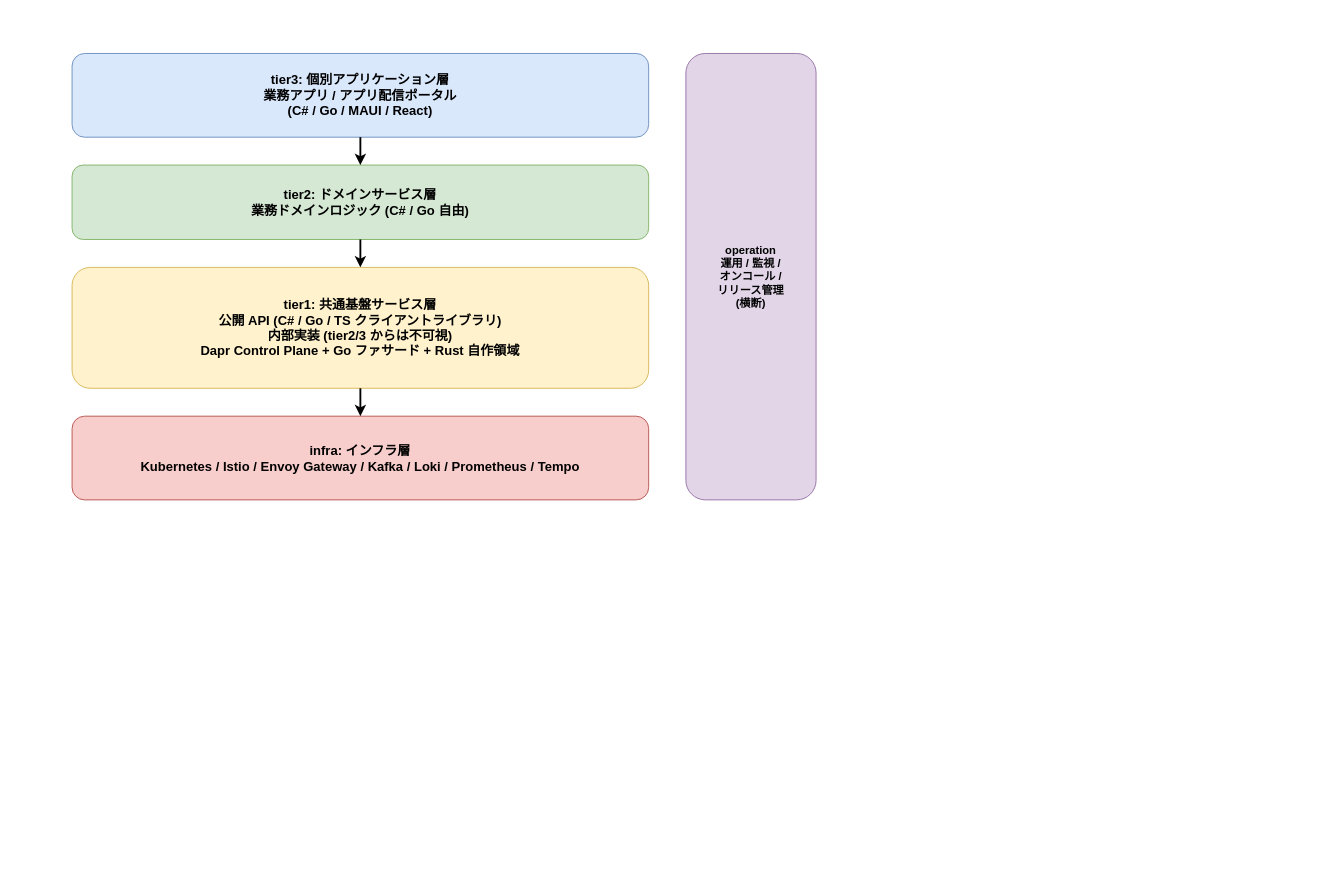
Earlier version of the draw.io diagram docs/02_構想設計/01_アーキテクチャ/img/レイヤ構成.drawio (RyuheiKiso/k1s0). Source tidied: cells renumbered, new cells numbered last; positions are measured from the earlier drawing's top-left corner, leaving out a move shared by most shapes. Both pictures are drawn from the tidied source at 93%, with x=0, y=0 at pixel (72, 53).
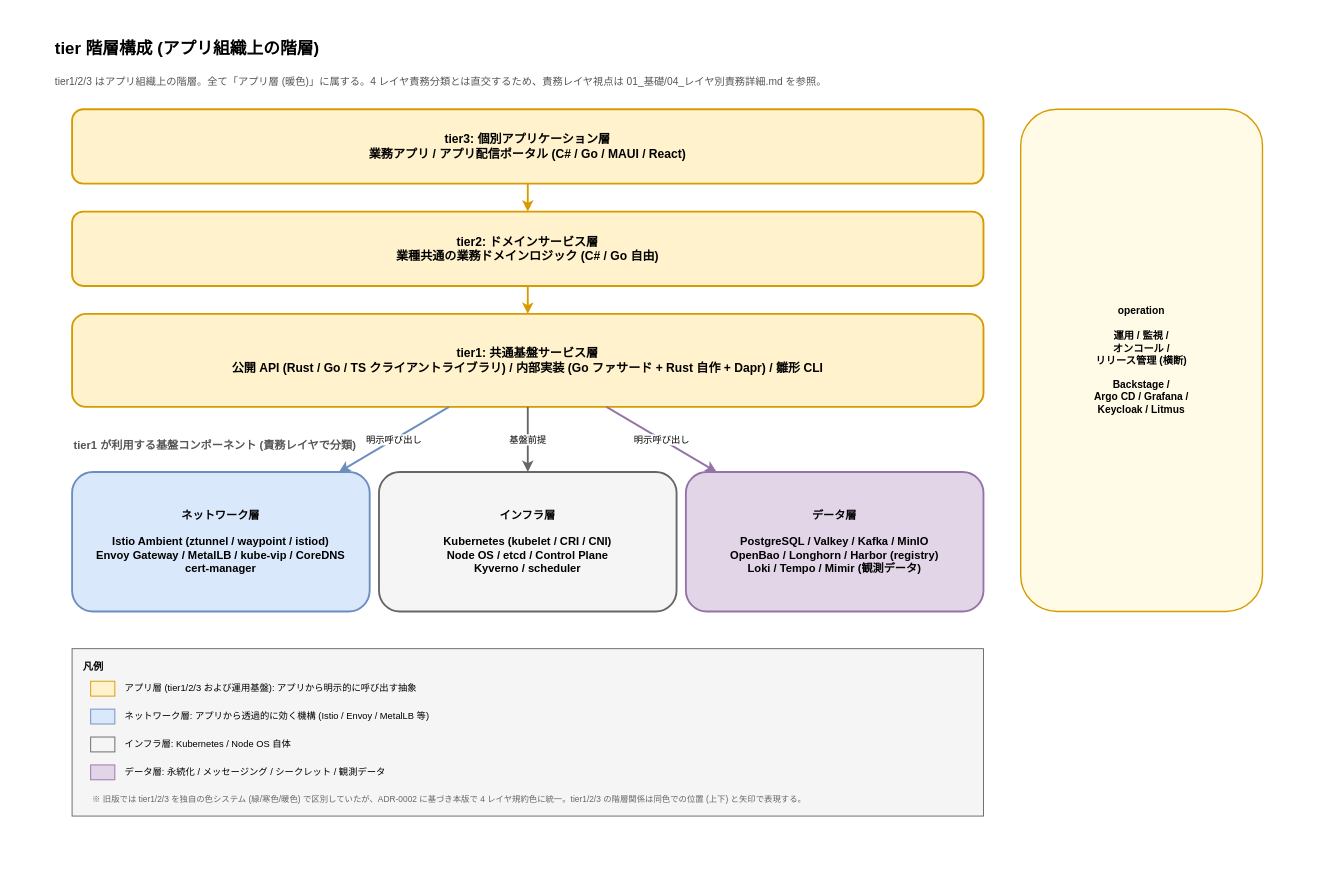
The same diagram, later.

The edit, as a diff of the source:
```diff
@@
+    <mxCell id="10" style="rounded=0;whiteSpace=wrap;html=1;fillColor=#FFFFFF;strokeColor=none;" parent="1" vertex="1">
+      <mxGeometry x="-60" y="-40" width="1400" height="900" as="geometry" />
+    </mxCell>
+    <mxCell id="11" value="tier 階層構成 (アプリ組織上の階層)" style="text;html=1;strokeColor=none;fillColor=none;align=left;verticalAlign=middle;whiteSpace=wrap;rounded=0;fontSize=18;fontStyle=1;" parent="1" vertex="1">
+      <mxGeometry x="-20" y="-20" width="900" height="30" as="geometry" />
+    </mxCell>
+    <mxCell id="12" value="tier1/2/3 はアプリ組織上の階層。全て「アプリ層 (暖色)」に属する。4 レイヤ責務分類とは直交するため、責務レイヤ視点は 01_基礎/04_レイヤ別責務詳細.md を参照。" style="text;html=1;strokeColor=none;fillColor=none;align=left;verticalAlign=middle;whiteSpace=wrap;rounded=0;fontSize=11;fontColor=#555555;" parent="1" vertex="1">
+      <mxGeometry x="-20" y="15" width="1200" height="30" as="geometry" />
+    </mxCell>
-    <mxCell id="2" value="tier3: 個別アプリケーション層&#10;業務アプリ / アプリ配信ポータル&#10;(C# / Go / MAUI / React)" style="rounded=1;whiteSpace=wrap;html=1;fillColor=#dae8fc;strokeColor=#6c8ebf;fontSize=14;fontStyle=1;" parent="1" vertex="1">
-      <mxGeometry width="620" height="90" as="geometry" />
+    <mxCell id="2" value="tier3: 個別アプリケーション層&#10;業務アプリ / アプリ配信ポータル (C# / Go / MAUI / React)" style="rounded=1;whiteSpace=wrap;html=1;fillColor=#fff2cc;strokeColor=#d79b00;strokeWidth=2;fontSize=13;fontStyle=1;verticalAlign=middle;align=center;" parent="1" vertex="1">
+      <mxGeometry y="60" width="980" height="80" as="geometry" />
     </mxCell>
-    <mxCell id="3" value="tier2: ドメインサービス層&#10;業務ドメインロジック (C# / Go 自由)" style="rounded=1;whiteSpace=wrap;html=1;fillColor=#d5e8d4;strokeColor=#82b366;fontSize=14;fontStyle=1;" parent="1" vertex="1">
-      <mxGeometry y="120" width="620" height="80" as="geometry" />
+    <mxCell id="3" value="tier2: ドメインサービス層&#10;業種共通の業務ドメインロジック (C# / Go 自由)" style="rounded=1;whiteSpace=wrap;html=1;fillColor=#fff2cc;strokeColor=#d79b00;strokeWidth=2;fontSize=13;fontStyle=1;verticalAlign=middle;align=center;" parent="1" vertex="1">
+      <mxGeometry y="170" width="980" height="80" as="geometry" />
     </mxCell>
-    <mxCell id="4" value="tier1: 共通基盤サービス層&#10;公開 API (C# / Go / TS クライアントライブラリ)&#10;内部実装 (tier2/3 からは不可視)&#10;Dapr Control Plane + Go ファサード + Rust 自作領域" style="rounded=1;whiteSpace=wrap;html=1;fillColor=#fff2cc;strokeColor=#d6b656;fontSize=14;fontStyle=1;" parent="1" vertex="1">
-      <mxGeometry y="230" width="620" height="130" as="geometry" />
+    <mxCell id="4" value="tier1: 共通基盤サービス層&#10;公開 API (Rust / Go / TS クライアントライブラリ) / 内部実装 (Go ファサード + Rust 自作 + Dapr) / 雛形 CLI" style="rounded=1;whiteSpace=wrap;html=1;fillColor=#fff2cc;strokeColor=#d79b00;strokeWidth=2;fontSize=13;fontStyle=1;verticalAlign=middle;align=center;" parent="1" vertex="1">
+      <mxGeometry y="280" width="980" height="100" as="geometry" />
     </mxCell>
+    <mxCell id="13" value="tier1 が利用する基盤コンポーネント (責務レイヤで分類)" style="text;html=1;strokeColor=none;fillColor=none;align=left;verticalAlign=middle;whiteSpace=wrap;rounded=0;fontSize=12;fontStyle=1;fontColor=#555555;" parent="1" vertex="1">
+      <mxGeometry y="410" width="700" height="24" as="geometry" />
+    </mxCell>
+    <mxCell id="14" value="ネットワーク層&#10;&#10;Istio Ambient (ztunnel / waypoint / istiod)&#10;Envoy Gateway / MetalLB / kube-vip / CoreDNS&#10;cert-manager" style="rounded=1;whiteSpace=wrap;html=1;fillColor=#dae8fc;strokeColor=#6c8ebf;strokeWidth=2;fontSize=12;fontStyle=1;verticalAlign=middle;align=center;" parent="1" vertex="1">
+      <mxGeometry y="450" width="320" height="150" as="geometry" />
+    </mxCell>
-    <mxCell id="5" value="infra: インフラ層&#10;Kubernetes / Istio / Envoy Gateway / Kafka / Loki / Prometheus / Tempo" style="rounded=1;whiteSpace=wrap;html=1;fillColor=#f8cecc;strokeColor=#b85450;fontSize=14;fontStyle=1;" parent="1" vertex="1">
-      <mxGeometry y="390" width="620" height="90" as="geometry" />
+    <mxCell id="5" value="インフラ層&#10;&#10;Kubernetes (kubelet / CRI / CNI)&#10;Node OS / etcd / Control Plane&#10;Kyverno / scheduler" style="rounded=1;whiteSpace=wrap;html=1;fillColor=#f5f5f5;strokeColor=#666666;strokeWidth=2;fontSize=12;fontStyle=1;verticalAlign=middle;align=center;" parent="1" vertex="1">
+      <mxGeometry x="330" y="450" width="320" height="150" as="geometry" />
     </mxCell>
+    <mxCell id="15" value="データ層&#10;&#10;PostgreSQL / Valkey / Kafka / MinIO&#10;OpenBao / Longhorn / Harbor (registry)&#10;Loki / Tempo / Mimir (観測データ)" style="rounded=1;whiteSpace=wrap;html=1;fillColor=#e1d5e7;strokeColor=#9673a6;strokeWidth=2;fontSize=12;fontStyle=1;verticalAlign=middle;align=center;" parent="1" vertex="1">
+      <mxGeometry x="660" y="450" width="320" height="150" as="geometry" />
+    </mxCell>
-    <mxCell id="6" value="operation&#10;運用 / 監視 /&#10;オンコール /&#10;リリース管理&#10;(横断)" style="rounded=1;whiteSpace=wrap;html=1;fillColor=#e1d5e7;strokeColor=#9673a6;fontSize=12;fontStyle=1;" parent="1" vertex="1">
-      <mxGeometry x="660" width="140" height="480" as="geometry" />
+    <mxCell id="6" value="operation&#10;&#10;運用 / 監視 /&#10;オンコール /&#10;リリース管理 (横断)&#10;&#10;Backstage /&#10;Argo CD / Grafana /&#10;Keycloak / Litmus" style="rounded=1;whiteSpace=wrap;html=1;fillColor=#fffbe6;strokeColor=#d79b00;strokeWidth=1.5;fontSize=11;fontStyle=1;verticalAlign=middle;align=center;" parent="1" vertex="1">
+      <mxGeometry x="1020" y="60" width="260" height="540" as="geometry" />
     </mxCell>
-    <mxCell id="7" style="endArrow=classic;html=1;strokeWidth=2;" parent="1" edge="1" source="2" target="3">
+    <mxCell id="7" style="endArrow=classic;html=1;strokeWidth=2;strokeColor=#d79b00;" parent="1" edge="1" source="2" target="3">
       <mxGeometry relative="1" as="geometry" />
     </mxCell>
-    <mxCell id="8" style="endArrow=classic;html=1;strokeWidth=2;" parent="1" edge="1" source="3" target="4">
+    <mxCell id="8" style="endArrow=classic;html=1;strokeWidth=2;strokeColor=#d79b00;" parent="1" edge="1" source="3" target="4">
       <mxGeometry relative="1" as="geometry" />
     </mxCell>
+    <mxCell id="16" value="明示呼び出し" style="endArrow=classic;html=1;strokeWidth=2;strokeColor=#6c8ebf;fontSize=10;labelBackgroundColor=#ffffff;" parent="1" edge="1" source="4" target="14">
+      <mxGeometry relative="1" as="geometry" />
+    </mxCell>
-    <mxCell id="9" style="endArrow=classic;html=1;strokeWidth=2;" parent="1" edge="1" source="4" target="5">
+    <mxCell id="9" value="基盤前提" style="endArrow=classic;html=1;strokeWidth=2;strokeColor=#666666;fontSize=10;labelBackgroundColor=#ffffff;" parent="1" edge="1" source="4" target="5">
       <mxGeometry relative="1" as="geometry" />
     </mxCell>
+    <mxCell id="17" value="明示呼び出し" style="endArrow=classic;html=1;strokeWidth=2;strokeColor=#9673a6;fontSize=10;labelBackgroundColor=#ffffff;" parent="1" edge="1" source="4" target="15">
+      <mxGeometry relative="1" as="geometry" />
+    </mxCell>
+    <mxCell id="18" value="凡例" style="rounded=0;whiteSpace=wrap;html=1;fillColor=#f5f5f5;strokeColor=#666666;fontSize=11;fontStyle=1;verticalAlign=top;align=left;spacingTop=6;spacingLeft=10;" parent="1" vertex="1">
+      <mxGeometry y="640" width="980" height="180" as="geometry" />
+    </mxCell>
+    <mxCell id="19" style="rounded=0;whiteSpace=wrap;html=1;fillColor=#fff2cc;strokeColor=#d79b00;" parent="1" vertex="1">
+      <mxGeometry x="20" y="675" width="26" height="16" as="geometry" />
+    </mxCell>
+    <mxCell id="20" value="アプリ層 (tier1/2/3 および運用基盤): アプリから明示的に呼び出す抽象" style="text;html=1;strokeColor=none;fillColor=none;align=left;verticalAlign=middle;fontSize=10;" parent="1" vertex="1">
+      <mxGeometry x="55" y="670" width="700" height="24" as="geometry" />
+    </mxCell>
+    <mxCell id="21" style="rounded=0;whiteSpace=wrap;html=1;fillColor=#dae8fc;strokeColor=#6c8ebf;" parent="1" vertex="1">
+      <mxGeometry x="20" y="705" width="26" height="16" as="geometry" />
+    </mxCell>
+    <mxCell id="22" value="ネットワーク層: アプリから透過的に効く機構 (Istio / Envoy / MetalLB 等)" style="text;html=1;strokeColor=none;fillColor=none;align=left;verticalAlign=middle;fontSize=10;" parent="1" vertex="1">
+      <mxGeometry x="55" y="700" width="700" height="24" as="geometry" />
+    </mxCell>
+    <mxCell id="23" style="rounded=0;whiteSpace=wrap;html=1;fillColor=#f5f5f5;strokeColor=#666666;" parent="1" vertex="1">
+      <mxGeometry x="20" y="735" width="26" height="16" as="geometry" />
+    </mxCell>
+    <mxCell id="24" value="インフラ層: Kubernetes / Node OS 自体" style="text;html=1;strokeColor=none;fillColor=none;align=left;verticalAlign=middle;fontSize=10;" parent="1" vertex="1">
+      <mxGeometry x="55" y="730" width="700" height="24" as="geometry" />
+    </mxCell>
+    <mxCell id="25" style="rounded=0;whiteSpace=wrap;html=1;fillColor=#e1d5e7;strokeColor=#9673a6;" parent="1" vertex="1">
+      <mxGeometry x="20" y="765" width="26" height="16" as="geometry" />
+    </mxCell>
+    <mxCell id="26" value="データ層: 永続化 / メッセージング / シークレット / 観測データ" style="text;html=1;strokeColor=none;fillColor=none;align=left;verticalAlign=middle;fontSize=10;" parent="1" vertex="1">
+      <mxGeometry x="55" y="760" width="700" height="24" as="geometry" />
+    </mxCell>
+    <mxCell id="27" value="※ 旧版では tier1/2/3 を独自の色システム (緑/寒色/暖色) で区別していたが、ADR-0002 に基づき本版で 4 レイヤ規約色に統一。tier1/2/3 の階層関係は同色での位置 (上下) と矢印で表現する。" style="text;html=1;strokeColor=none;fillColor=none;align=left;verticalAlign=top;whiteSpace=wrap;rounded=0;fontSize=9;fontColor=#666666;" parent="1" vertex="1">
+      <mxGeometry x="20" y="790" width="930" height="30" as="geometry" />
+    </mxCell>
```
